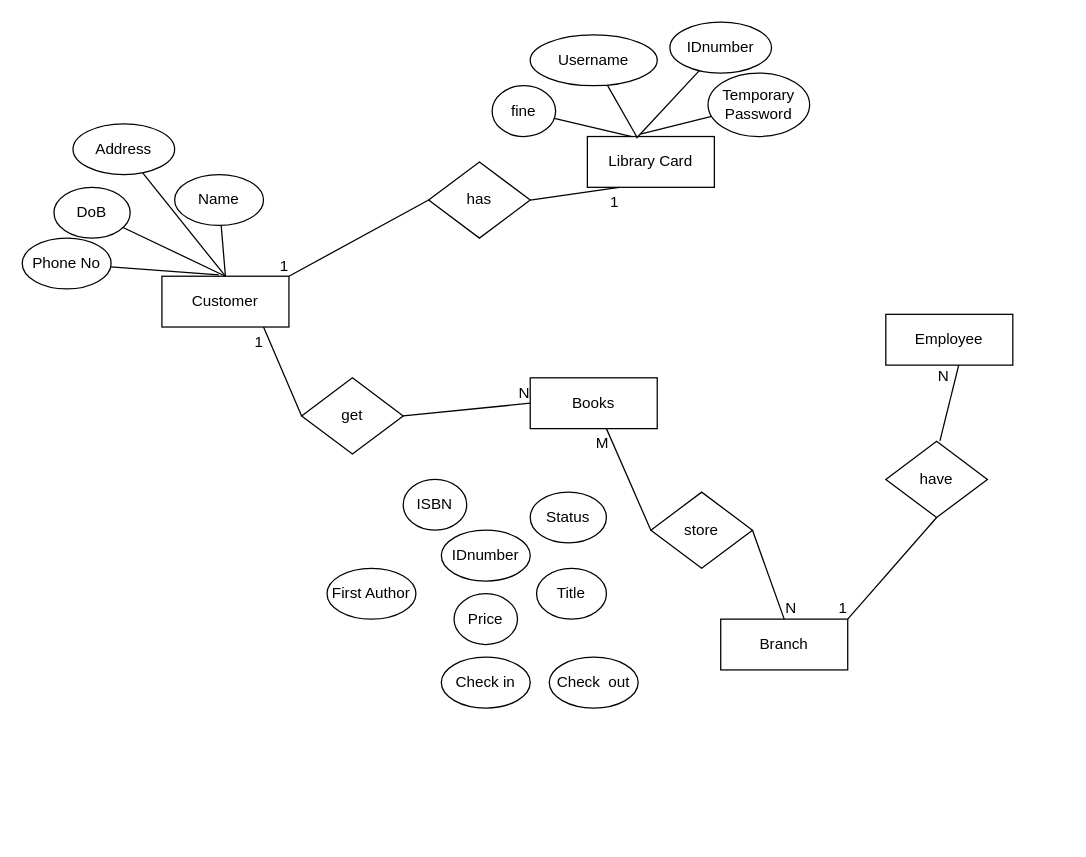
Above: Untitled Diagram.drawio in ImaDeSara/ImaDeSara (draw.io), before the change. Source tidied: cells renumbered, new cells numbered last; positions are measured from the earlier drawing's top-left corner, leaving out a move shared by most shapes. Both pictures are drawn from the tidied source at 127%, with x=0, y=0 at pixel (22, 22).
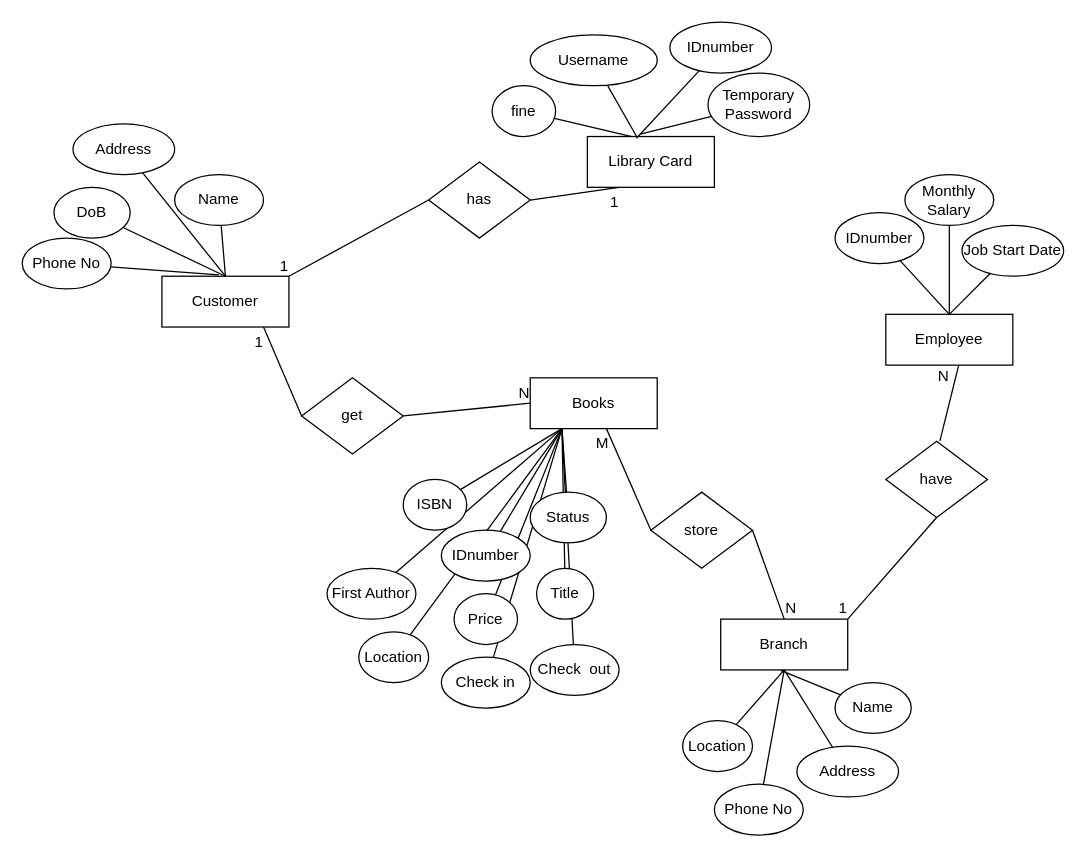
Above is the later version.

Unchanged cells that the change refers to:
```xml
<mxCell id="4" value="Books" style="whiteSpace=wrap;html=1;align=center;" parent="1" vertex="1">
  <mxGeometry x="400" y="280" width="100" height="40" as="geometry" />
</mxCell>
<mxCell id="5" value="Branch" style="whiteSpace=wrap;html=1;align=center;" parent="1" vertex="1">
  <mxGeometry x="550" y="470" width="100" height="40" as="geometry" />
</mxCell>
<mxCell id="6" value="Employee" style="whiteSpace=wrap;html=1;align=center;" parent="1" vertex="1">
  <mxGeometry x="680" y="230" width="100" height="40" as="geometry" />
</mxCell>
<mxCell id="43" value="ISBN" style="ellipse;whiteSpace=wrap;html=1;align=center;" parent="1" vertex="1">
  <mxGeometry x="300" y="360" width="50" height="40" as="geometry" />
</mxCell>
```

What changed in the source:
```diff
@@
+    <mxCell id="51" style="edgeStyle=none;rounded=0;jettySize=auto;html=1;entryX=0.25;entryY=1;entryDx=0;entryDy=0;endArrow=none;endFill=0;" parent="1" edge="1" source="43" target="4">
+      <mxGeometry relative="1" as="geometry" />
+    </mxCell>
+    <mxCell id="52" style="edgeStyle=none;rounded=0;jettySize=auto;html=1;entryX=0.25;entryY=1;entryDx=0;entryDy=0;endArrow=none;endFill=0;" parent="1" edge="1" source="44" target="4">
+      <mxGeometry relative="1" as="geometry" />
+    </mxCell>
+    <mxCell id="53" style="edgeStyle=none;rounded=0;jettySize=auto;html=1;entryX=0.25;entryY=1;entryDx=0;entryDy=0;endArrow=none;endFill=0;" parent="1" edge="1" source="45" target="4">
+      <mxGeometry relative="1" as="geometry" />
+    </mxCell>
+    <mxCell id="54" style="edgeStyle=none;rounded=0;jettySize=auto;html=1;entryX=0.25;entryY=1;entryDx=0;entryDy=0;endArrow=none;endFill=0;" parent="1" edge="1" source="46" target="4">
+      <mxGeometry relative="1" as="geometry" />
+    </mxCell>
+    <mxCell id="46" value="First Author" style="ellipse;whiteSpace=wrap;html=1;align=center;" parent="1" vertex="1">
+      <mxGeometry x="240" y="430" width="70" height="40" as="geometry" />
+    </mxCell>
+    <mxCell id="55" style="edgeStyle=none;rounded=0;jettySize=auto;html=1;endArrow=none;endFill=0;entryX=0.25;entryY=1;entryDx=0;entryDy=0;" parent="1" edge="1" source="47" target="4">
+      <mxGeometry relative="1" as="geometry" />
+    </mxCell>
+    <mxCell id="56" style="edgeStyle=none;rounded=0;jettySize=auto;html=1;entryX=0.25;entryY=1;entryDx=0;entryDy=0;endArrow=none;endFill=0;" parent="1" edge="1" source="48" target="4">
+      <mxGeometry relative="1" as="geometry" />
+    </mxCell>
+    <mxCell id="57" style="edgeStyle=none;rounded=0;jettySize=auto;html=1;endArrow=none;endFill=0;entryX=0.25;entryY=1;entryDx=0;entryDy=0;" parent="1" edge="1" source="49" target="4">
+      <mxGeometry relative="1" as="geometry" />
+    </mxCell>
+    <mxCell id="49" value="Check in" style="ellipse;whiteSpace=wrap;html=1;align=center;" parent="1" vertex="1">
+      <mxGeometry x="330" y="500" width="70" height="40" as="geometry" />
+    </mxCell>
+    <mxCell id="58" style="edgeStyle=none;rounded=0;jettySize=auto;html=1;entryX=0.25;entryY=1;entryDx=0;entryDy=0;endArrow=none;endFill=0;" parent="1" edge="1" source="50" target="4">
+      <mxGeometry relative="1" as="geometry" />
+    </mxCell>
+    <mxCell id="50" value="Check&amp;nbsp; out" style="ellipse;whiteSpace=wrap;html=1;align=center;" parent="1" vertex="1">
+      <mxGeometry x="400" y="490" width="70" height="40" as="geometry" />
+    </mxCell>
+    <mxCell id="59" style="edgeStyle=none;rounded=0;jettySize=auto;html=1;entryX=0.25;entryY=1;entryDx=0;entryDy=0;endArrow=none;endFill=0;" parent="1" edge="1" source="60" target="4">
+      <mxGeometry relative="1" as="geometry" />
+    </mxCell>
+    <mxCell id="60" value="Location" style="ellipse;whiteSpace=wrap;html=1;align=center;" parent="1" vertex="1">
+      <mxGeometry x="265" y="480" width="55" height="40" as="geometry" />
+    </mxCell>
+    <mxCell id="47" value="Status" style="ellipse;whiteSpace=wrap;html=1;align=center;" parent="1" vertex="1">
+      <mxGeometry x="400" y="370" width="60" height="40" as="geometry" />
+    </mxCell>
+    <mxCell id="44" value="IDnumber" style="ellipse;whiteSpace=wrap;html=1;align=center;" parent="1" vertex="1">
+      <mxGeometry x="330" y="400" width="70" height="40" as="geometry" />
+    </mxCell>
+    <mxCell id="48" value="Title" style="ellipse;whiteSpace=wrap;html=1;align=center;" parent="1" vertex="1">
+      <mxGeometry x="405" y="430" width="45" height="40" as="geometry" />
+    </mxCell>
+    <mxCell id="45" value="Price" style="ellipse;whiteSpace=wrap;html=1;align=center;" parent="1" vertex="1">
+      <mxGeometry x="340" y="450" width="50" height="40" as="geometry" />
+    </mxCell>
@@
-    <mxCell id="44" value="IDnumber" style="ellipse;whiteSpace=wrap;html=1;align=center;" parent="1" vertex="1">
-      <mxGeometry x="330" y="400" width="70" height="40" as="geometry" />
-    </mxCell>
-    <mxCell id="45" value="Price" style="ellipse;whiteSpace=wrap;html=1;align=center;" parent="1" vertex="1">
-      <mxGeometry x="340" y="450" width="50" height="40" as="geometry" />
-    </mxCell>
-    <mxCell id="46" value="First Author" style="ellipse;whiteSpace=wrap;html=1;align=center;" parent="1" vertex="1">
-      <mxGeometry x="240" y="430" width="70" height="40" as="geometry" />
-    </mxCell>
-    <mxCell id="47" value="Status" style="ellipse;whiteSpace=wrap;html=1;align=center;" parent="1" vertex="1">
-      <mxGeometry x="400" y="370" width="60" height="40" as="geometry" />
-    </mxCell>
-    <mxCell id="48" value="Title" style="ellipse;whiteSpace=wrap;html=1;align=center;" parent="1" vertex="1">
-      <mxGeometry x="405" y="430" width="55" height="40" as="geometry" />
-    </mxCell>
-    <mxCell id="49" value="Check in" style="ellipse;whiteSpace=wrap;html=1;align=center;" parent="1" vertex="1">
-      <mxGeometry x="330" y="500" width="70" height="40" as="geometry" />
-    </mxCell>
-    <mxCell id="50" value="Check&amp;nbsp; out" style="ellipse;whiteSpace=wrap;html=1;align=center;" parent="1" vertex="1">
-      <mxGeometry x="415" y="500" width="70" height="40" as="geometry" />
-    </mxCell>
+    <mxCell id="61" style="edgeStyle=none;rounded=0;jettySize=auto;html=1;entryX=0.5;entryY=1;entryDx=0;entryDy=0;endArrow=none;endFill=0;" parent="1" edge="1" source="62" target="5">
+      <mxGeometry relative="1" as="geometry" />
+    </mxCell>
+    <mxCell id="62" value="Location" style="ellipse;whiteSpace=wrap;html=1;align=center;" parent="1" vertex="1">
+      <mxGeometry x="520" y="550" width="55" height="40" as="geometry" />
+    </mxCell>
+    <mxCell id="63" style="edgeStyle=none;rounded=0;jettySize=auto;html=1;entryX=0.5;entryY=1;entryDx=0;entryDy=0;endArrow=none;endFill=0;" parent="1" edge="1" source="64" target="5">
+      <mxGeometry relative="1" as="geometry" />
+    </mxCell>
+    <mxCell id="64" value="Address" style="ellipse;whiteSpace=wrap;html=1;align=center;" parent="1" vertex="1">
+      <mxGeometry x="610" y="570" width="80" height="40" as="geometry" />
+    </mxCell>
+    <mxCell id="65" style="edgeStyle=none;rounded=0;jettySize=auto;html=1;entryX=0.472;entryY=1.01;entryDx=0;entryDy=0;entryPerimeter=0;endArrow=none;endFill=0;" parent="1" edge="1" source="66" target="5">
+      <mxGeometry relative="1" as="geometry" />
+    </mxCell>
+    <mxCell id="66" value="Name" style="ellipse;whiteSpace=wrap;html=1;align=center;" parent="1" vertex="1">
+      <mxGeometry x="640" y="520" width="60" height="40" as="geometry" />
+    </mxCell>
+    <mxCell id="67" style="edgeStyle=none;rounded=0;jettySize=auto;html=1;endArrow=none;endFill=0;" parent="1" edge="1" source="68">
+      <mxGeometry relative="1" as="geometry">
+        <mxPoint x="600" y="510" as="targetPoint" />
+      </mxGeometry>
+    </mxCell>
+    <mxCell id="68" value="Phone No" style="ellipse;whiteSpace=wrap;html=1;align=center;" parent="1" vertex="1">
+      <mxGeometry x="545" y="600" width="70" height="40" as="geometry" />
+    </mxCell>
+    <mxCell id="69" style="edgeStyle=none;rounded=0;jettySize=auto;html=1;entryX=0.5;entryY=0;entryDx=0;entryDy=0;endArrow=none;endFill=0;" parent="1" edge="1" source="70" target="6">
+      <mxGeometry relative="1" as="geometry" />
+    </mxCell>
+    <mxCell id="70" value="IDnumber" style="ellipse;whiteSpace=wrap;html=1;align=center;" parent="1" vertex="1">
+      <mxGeometry x="640" y="150" width="70" height="40" as="geometry" />
+    </mxCell>
+    <mxCell id="71" style="edgeStyle=none;rounded=0;jettySize=auto;html=1;entryX=0.5;entryY=0;entryDx=0;entryDy=0;endArrow=none;endFill=0;" parent="1" edge="1" source="72" target="6">
+      <mxGeometry relative="1" as="geometry" />
+    </mxCell>
+    <mxCell id="72" value="Monthly Salary" style="ellipse;whiteSpace=wrap;html=1;align=center;" parent="1" vertex="1">
+      <mxGeometry x="695" y="120" width="70" height="40" as="geometry" />
+    </mxCell>
+    <mxCell id="73" style="edgeStyle=none;rounded=0;jettySize=auto;html=1;entryX=0.5;entryY=0;entryDx=0;entryDy=0;endArrow=none;endFill=0;" parent="1" edge="1" source="74" target="6">
+      <mxGeometry relative="1" as="geometry" />
+    </mxCell>
+    <mxCell id="74" value="Job Start Date" style="ellipse;whiteSpace=wrap;html=1;align=center;" parent="1" vertex="1">
+      <mxGeometry x="740" y="160" width="80" height="40" as="geometry" />
+    </mxCell>
```
